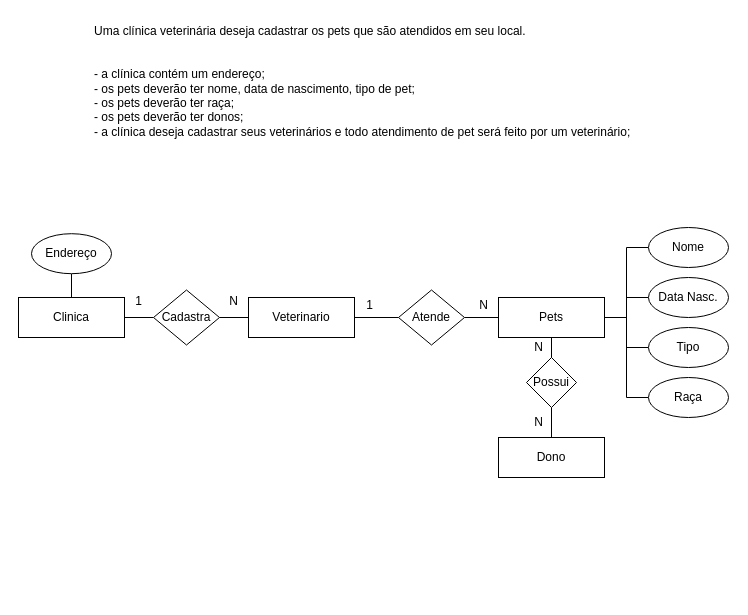
The draw.io diagram page "Página-4" (4 of 7) of Senai_sprint01/Atividade-1-aula-03/teste.drawio in dgmath/2-Semestre, before the edit. Source tidied: cells renumbered, new cells numbered last; positions are measured from the earlier drawing's top-left corner, leaving out a move shared by most shapes. Both pictures are drawn from the tidied source at 100%, with x=0, y=0 at pixel (18, 17).
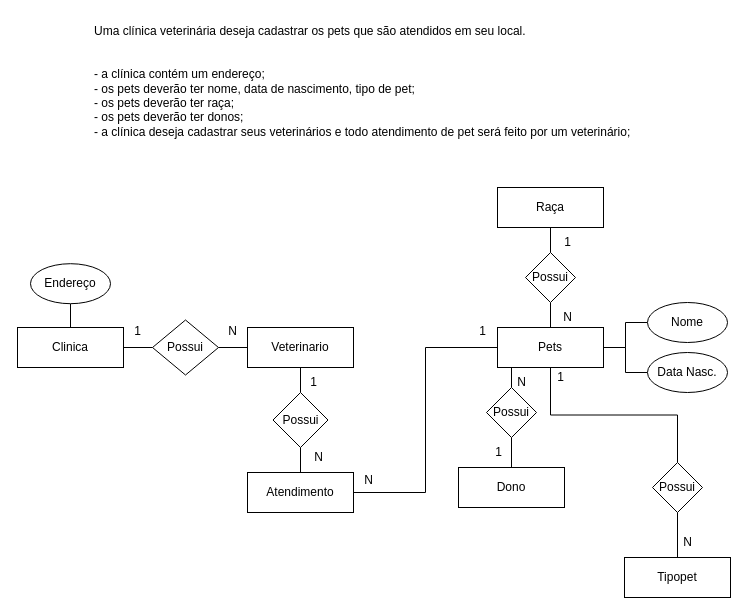
The same diagram, later.

The edit, as a diff of the source:
```diff
@@
     <mxCell id="4" value="Clinica" style="rounded=0;whiteSpace=wrap;html=1;" parent="1" vertex="1">
-      <mxGeometry y="280" width="106" height="40" as="geometry" />
+      <mxGeometry x="-1" y="310" width="106" height="40" as="geometry" />
     </mxCell>
     <mxCell id="5" value="Endereço" style="ellipse;whiteSpace=wrap;html=1;" parent="1" vertex="1">
-      <mxGeometry x="13" y="216.2" width="80" height="40" as="geometry" />
+      <mxGeometry x="12" y="246.2" width="80" height="40" as="geometry" />
     </mxCell>
@@
+    <mxCell id="32" style="edgeStyle=orthogonalEdgeStyle;rounded=0;jettySize=auto;html=1;endArrow=none;endFill=0;" parent="1" edge="1" source="8" target="33">
+      <mxGeometry relative="1" as="geometry" />
+    </mxCell>
     <mxCell id="8" value="Pets" style="rounded=0;whiteSpace=wrap;html=1;" parent="1" vertex="1">
-      <mxGeometry x="480" y="280" width="106" height="40" as="geometry" />
+      <mxGeometry x="479" y="310" width="106" height="40" as="geometry" />
     </mxCell>
     <mxCell id="9" value="Nome" style="ellipse;whiteSpace=wrap;html=1;" parent="1" vertex="1">
-      <mxGeometry x="630" y="210" width="80" height="40" as="geometry" />
+      <mxGeometry x="629" y="285" width="80" height="40" as="geometry" />
     </mxCell>
     <mxCell id="10" value="Data Nasc." style="ellipse;whiteSpace=wrap;html=1;" parent="1" vertex="1">
-      <mxGeometry x="630" y="260" width="80" height="40" as="geometry" />
+      <mxGeometry x="629" y="335" width="80" height="40" as="geometry" />
     </mxCell>
-    <mxCell id="11" style="edgeStyle=orthogonalEdgeStyle;rounded=0;jettySize=auto;html=1;entryX=1;entryY=0.5;entryDx=0;entryDy=0;endArrow=none;endFill=0;" parent="1" edge="1" source="12" target="8">
-      <mxGeometry relative="1" as="geometry" />
-    </mxCell>
-    <mxCell id="12" value="Tipo" style="ellipse;whiteSpace=wrap;html=1;" parent="1" vertex="1">
-      <mxGeometry x="630" y="310" width="80" height="40" as="geometry" />
-    </mxCell>
@@
     <mxCell id="14" value="Possui" style="rhombus;whiteSpace=wrap;html=1;" parent="1" vertex="1">
-      <mxGeometry x="508" y="340" width="50" height="50" as="geometry" />
+      <mxGeometry x="468" y="370" width="50" height="50" as="geometry" />
     </mxCell>
@@
     <mxCell id="16" value="Dono" style="rounded=0;whiteSpace=wrap;html=1;" parent="1" vertex="1">
-      <mxGeometry x="480" y="420" width="106" height="40" as="geometry" />
+      <mxGeometry x="440" y="450" width="106" height="40" as="geometry" />
     </mxCell>
-    <mxCell id="17" style="edgeStyle=orthogonalEdgeStyle;rounded=0;jettySize=auto;html=1;entryX=1;entryY=0.5;entryDx=0;entryDy=0;endArrow=none;endFill=0;" parent="1" edge="1" source="18" target="8">
-      <mxGeometry relative="1" as="geometry" />
-    </mxCell>
-    <mxCell id="18" value="Raça" style="ellipse;whiteSpace=wrap;html=1;" parent="1" vertex="1">
-      <mxGeometry x="630" y="360" width="80" height="40" as="geometry" />
-    </mxCell>
     <mxCell id="19" value="N" style="text;html=1;align=center;verticalAlign=middle;strokeColor=none;fillColor=none;" parent="1" vertex="1">
-      <mxGeometry x="505" y="315" width="30" height="30" as="geometry" />
+      <mxGeometry x="488" y="350" width="30" height="30" as="geometry" />
     </mxCell>
-    <mxCell id="20" value="N" style="text;html=1;align=center;verticalAlign=middle;strokeColor=none;fillColor=none;" parent="1" vertex="1">
-      <mxGeometry x="505" y="390" width="30" height="30" as="geometry" />
+    <mxCell id="20" value="1" style="text;html=1;align=center;verticalAlign=middle;strokeColor=none;fillColor=none;" parent="1" vertex="1">
+      <mxGeometry x="465" y="420" width="30" height="30" as="geometry" />
     </mxCell>
@@
-    <mxCell id="22" value="Cadastra" style="rhombus;whiteSpace=wrap;html=1;" parent="1" vertex="1">
-      <mxGeometry x="135" y="272.5" width="66" height="55" as="geometry" />
+    <mxCell id="22" value="Possui" style="rhombus;whiteSpace=wrap;html=1;" parent="1" vertex="1">
+      <mxGeometry x="134" y="302.5" width="66" height="55" as="geometry" />
     </mxCell>
     <mxCell id="23" value="1" style="text;html=1;align=center;verticalAlign=middle;strokeColor=none;fillColor=none;" parent="1" vertex="1">
-      <mxGeometry x="105" y="268.8" width="30" height="30" as="geometry" />
+      <mxGeometry x="104" y="298.8" width="30" height="30" as="geometry" />
     </mxCell>
@@
     <mxCell id="25" value="Veterinario" style="rounded=0;whiteSpace=wrap;html=1;" parent="1" vertex="1">
-      <mxGeometry x="230" y="280" width="106" height="40" as="geometry" />
+      <mxGeometry x="229" y="310" width="106" height="40" as="geometry" />
     </mxCell>
     <mxCell id="26" value="N" style="text;html=1;align=center;verticalAlign=middle;strokeColor=none;fillColor=none;" parent="1" vertex="1">
-      <mxGeometry x="200" y="268.8" width="30" height="30" as="geometry" />
+      <mxGeometry x="199" y="298.8" width="30" height="30" as="geometry" />
     </mxCell>
-    <mxCell id="27" style="edgeStyle=orthogonalEdgeStyle;rounded=0;jettySize=auto;html=1;entryX=0;entryY=0.5;entryDx=0;entryDy=0;endArrow=none;endFill=0;" parent="1" edge="1" source="29" target="8">
-      <mxGeometry relative="1" as="geometry" />
-    </mxCell>
-    <mxCell id="28" style="edgeStyle=orthogonalEdgeStyle;rounded=0;jettySize=auto;html=1;entryX=1;entryY=0.5;entryDx=0;entryDy=0;endArrow=none;endFill=0;" parent="1" edge="1" source="29" target="25">
+    <mxCell id="28" style="edgeStyle=orthogonalEdgeStyle;rounded=0;jettySize=auto;html=1;entryX=0.5;entryY=1;entryDx=0;entryDy=0;endArrow=none;endFill=0;" parent="1" edge="1" source="29" target="25">
       <mxGeometry relative="1" as="geometry" />
     </mxCell>
-    <mxCell id="29" value="Atende" style="rhombus;whiteSpace=wrap;html=1;" parent="1" vertex="1">
-      <mxGeometry x="380" y="272.5" width="66" height="55" as="geometry" />
+    <mxCell id="29" value="Possui" style="rhombus;whiteSpace=wrap;html=1;" parent="1" vertex="1">
+      <mxGeometry x="254.5" y="375" width="55" height="55" as="geometry" />
     </mxCell>
     <mxCell id="30" value="1" style="text;html=1;align=center;verticalAlign=middle;strokeColor=none;fillColor=none;" parent="1" vertex="1">
-      <mxGeometry x="336" y="272.5" width="30" height="30" as="geometry" />
+      <mxGeometry x="449" y="298.8" width="30" height="30" as="geometry" />
     </mxCell>
-    <mxCell id="31" value="N" style="text;html=1;align=center;verticalAlign=middle;strokeColor=none;fillColor=none;" parent="1" vertex="1">
-      <mxGeometry x="450" y="272.5" width="30" height="30" as="geometry" />
-    </mxCell>
+    <mxCell id="33" value="Possui" style="rhombus;whiteSpace=wrap;html=1;" parent="1" vertex="1">
+      <mxGeometry x="507" y="235" width="50" height="50" as="geometry" />
+    </mxCell>
+    <mxCell id="34" style="edgeStyle=orthogonalEdgeStyle;rounded=0;jettySize=auto;html=1;endArrow=none;endFill=0;" parent="1" edge="1" source="18" target="33">
+      <mxGeometry relative="1" as="geometry" />
+    </mxCell>
+    <mxCell id="18" value="Raça" style="rounded=0;whiteSpace=wrap;html=1;" parent="1" vertex="1">
+      <mxGeometry x="479" y="170" width="106" height="40" as="geometry" />
+    </mxCell>
+    <mxCell id="35" value="1" style="text;html=1;align=center;verticalAlign=middle;strokeColor=none;fillColor=none;" parent="1" vertex="1">
+      <mxGeometry x="534" y="210" width="30" height="30" as="geometry" />
+    </mxCell>
+    <mxCell id="36" value="N" style="text;html=1;align=center;verticalAlign=middle;strokeColor=none;fillColor=none;" parent="1" vertex="1">
+      <mxGeometry x="534" y="285" width="30" height="30" as="geometry" />
+    </mxCell>
+    <mxCell id="37" style="edgeStyle=orthogonalEdgeStyle;rounded=0;jettySize=auto;html=1;exitX=0.5;exitY=0;exitDx=0;exitDy=0;entryX=0.5;entryY=1;entryDx=0;entryDy=0;endArrow=none;endFill=0;" parent="1" edge="1" source="38" target="8">
+      <mxGeometry relative="1" as="geometry" />
+    </mxCell>
+    <mxCell id="38" value="Possui" style="rhombus;whiteSpace=wrap;html=1;" parent="1" vertex="1">
+      <mxGeometry x="634" y="445" width="50" height="50" as="geometry" />
+    </mxCell>
+    <mxCell id="39" style="edgeStyle=orthogonalEdgeStyle;rounded=0;jettySize=auto;html=1;endArrow=none;endFill=0;" parent="1" edge="1" source="40" target="38">
+      <mxGeometry relative="1" as="geometry" />
+    </mxCell>
+    <mxCell id="40" value="Tipopet" style="rounded=0;whiteSpace=wrap;html=1;" parent="1" vertex="1">
+      <mxGeometry x="606" y="540" width="106" height="40" as="geometry" />
+    </mxCell>
+    <mxCell id="41" value="N" style="text;html=1;align=center;verticalAlign=middle;strokeColor=none;fillColor=none;" parent="1" vertex="1">
+      <mxGeometry x="654" y="510" width="30" height="30" as="geometry" />
+    </mxCell>
+    <mxCell id="42" value="1" style="text;html=1;align=center;verticalAlign=middle;strokeColor=none;fillColor=none;" parent="1" vertex="1">
+      <mxGeometry x="527" y="345" width="30" height="30" as="geometry" />
+    </mxCell>
+    <mxCell id="43" style="edgeStyle=orthogonalEdgeStyle;rounded=0;jettySize=auto;html=1;endArrow=none;endFill=0;" parent="1" edge="1" source="45" target="29">
+      <mxGeometry relative="1" as="geometry" />
+    </mxCell>
+    <mxCell id="44" style="edgeStyle=orthogonalEdgeStyle;rounded=0;jettySize=auto;html=1;entryX=0;entryY=0.5;entryDx=0;entryDy=0;endArrow=none;endFill=0;" parent="1" edge="1" source="45" target="8">
+      <mxGeometry relative="1" as="geometry" />
+    </mxCell>
+    <mxCell id="45" value="Atendimento" style="rounded=0;whiteSpace=wrap;html=1;" parent="1" vertex="1">
+      <mxGeometry x="229" y="455" width="106" height="40" as="geometry" />
+    </mxCell>
+    <mxCell id="46" value="1" style="text;html=1;align=center;verticalAlign=middle;strokeColor=none;fillColor=none;" parent="1" vertex="1">
+      <mxGeometry x="280" y="350" width="30" height="30" as="geometry" />
+    </mxCell>
+    <mxCell id="47" value="N" style="text;html=1;align=center;verticalAlign=middle;strokeColor=none;fillColor=none;" parent="1" vertex="1">
+      <mxGeometry x="285" y="425" width="30" height="30" as="geometry" />
+    </mxCell>
+    <mxCell id="48" value="N" style="text;html=1;align=center;verticalAlign=middle;strokeColor=none;fillColor=none;" parent="1" vertex="1">
+      <mxGeometry x="335" y="448" width="30" height="30" as="geometry" />
+    </mxCell>
```
